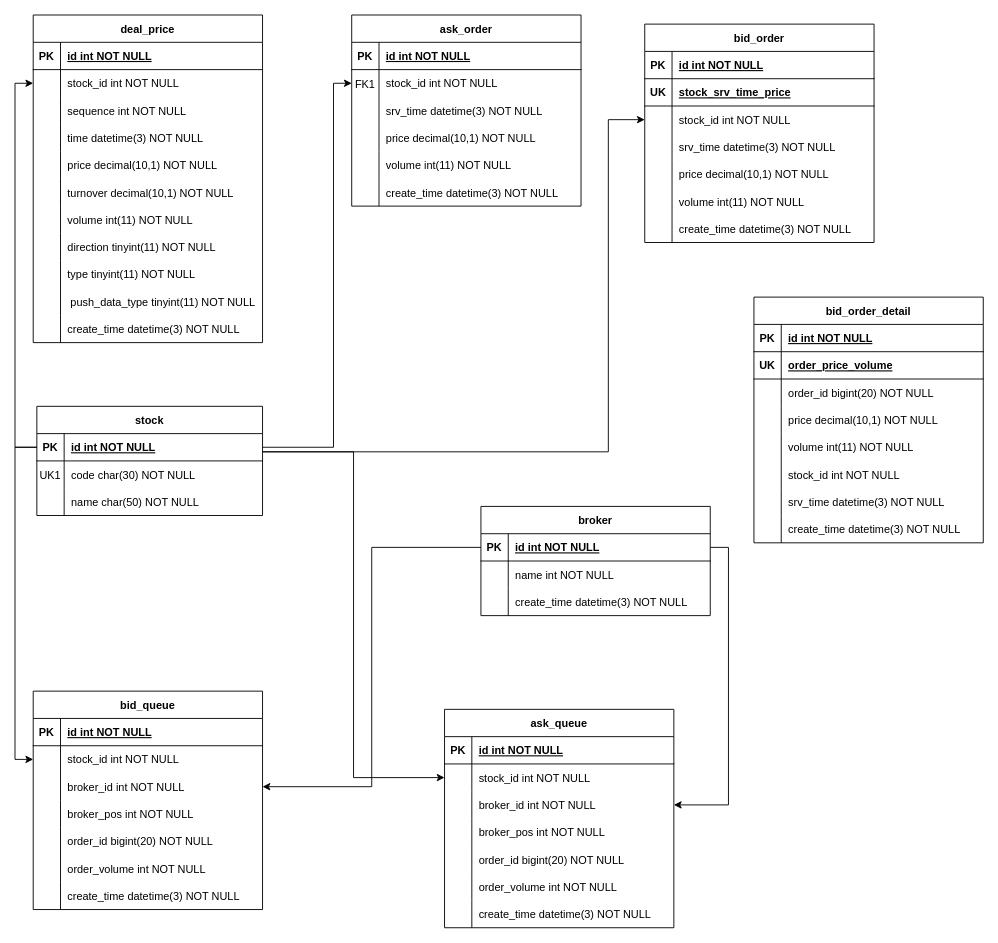
Earlier version of the draw.io diagram docs/futu.drawio (dulingkang/python). Source tidied: cells renumbered, new cells numbered last; positions are measured from the earlier drawing's top-left corner, leaving out a move shared by most shapes. Both pictures are drawn from the tidied source at 91%, with x=0, y=0 at pixel (33, 15).
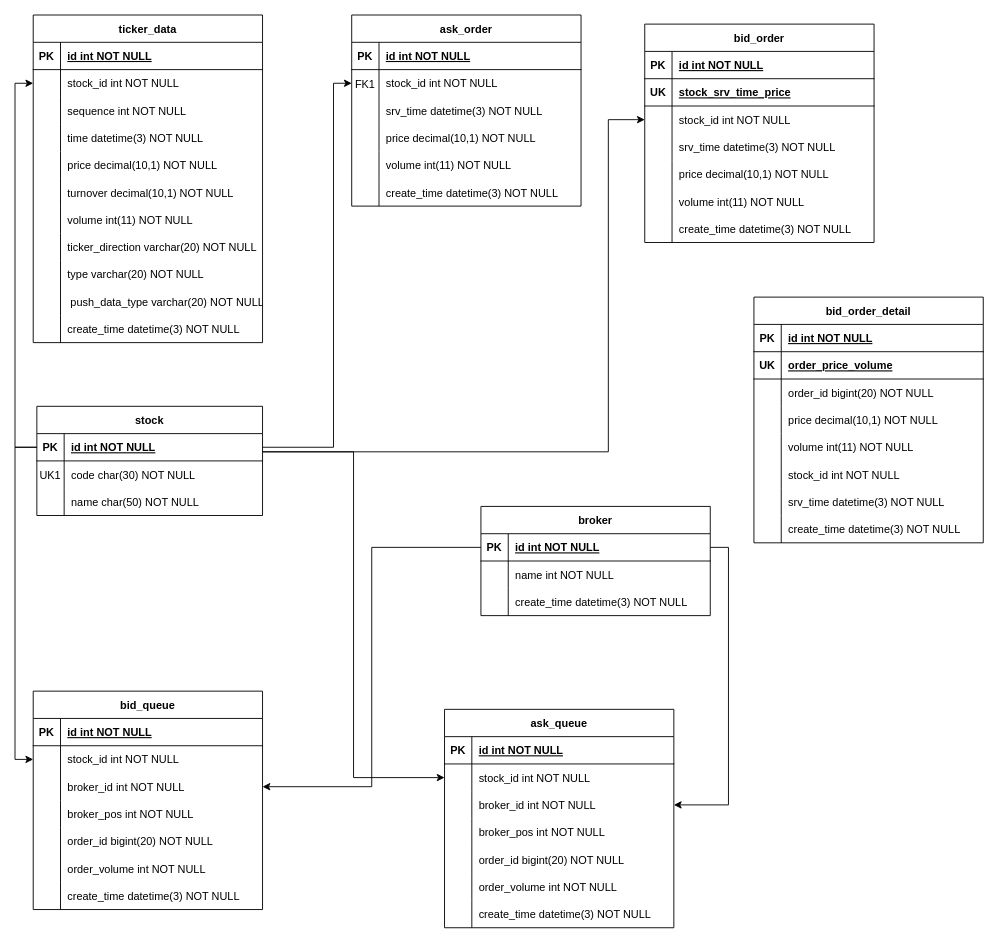
The same page after the edit.

Unchanged cells that the change refers to:
```xml
<mxCell id="77" style="shape=partialRectangle;fillColor=none;top=0;left=0;right=0;bottom=0;" parent="55" vertex="1">
  <mxGeometry y="240" width="252" height="30" as="geometry" />
</mxCell>
<mxCell id="80" style="shape=partialRectangle;fillColor=none;top=0;left=0;right=0;bottom=0;" parent="55" vertex="1">
  <mxGeometry y="270" width="252" height="30" as="geometry" />
</mxCell>
<mxCell id="83" style="shape=partialRectangle;fillColor=none;top=0;left=0;right=0;bottom=0;" parent="55" vertex="1">
  <mxGeometry y="300" width="252" height="30" as="geometry" />
</mxCell>
```

The edit, as a diff of the source:
```diff
@@
-    <mxCell id="55" value="deal_price" style="shape=table;startSize=30;childLayout=tableLayout;rowLines=0;fontStyle=1;align=center;" parent="1" vertex="1">
+    <mxCell id="55" value="ticker_data" style="shape=table;startSize=30;childLayout=tableLayout;rowLines=0;fontStyle=1;align=center;" parent="1" vertex="1">
       <mxGeometry width="252" height="360" as="geometry" />
     </mxCell>
@@
-    <mxCell id="79" value="direction tinyint(11) NOT NULL" style="shape=partialRectangle;overflow=hidden;fillColor=none;top=0;left=0;bottom=0;right=0;align=left;spacingLeft=6;" parent="77" vertex="1">
+    <mxCell id="79" value="ticker_direction varchar(20) NOT NULL" style="shape=partialRectangle;overflow=hidden;fillColor=none;top=0;left=0;bottom=0;right=0;align=left;spacingLeft=6;" parent="77" vertex="1">
       <mxGeometry x="30" width="222" height="30" as="geometry" />
     </mxCell>
@@
-    <mxCell id="82" value="type tinyint(11) NOT NULL" style="shape=partialRectangle;overflow=hidden;fillColor=none;top=0;left=0;bottom=0;right=0;align=left;spacingLeft=6;" parent="80" vertex="1">
+    <mxCell id="82" value="type varchar(20) NOT NULL" style="shape=partialRectangle;overflow=hidden;fillColor=none;top=0;left=0;bottom=0;right=0;align=left;spacingLeft=6;" parent="80" vertex="1">
       <mxGeometry x="30" width="222" height="30" as="geometry" />
     </mxCell>
@@
-    <mxCell id="85" value=" push_data_type tinyint(11) NOT NULL" style="shape=partialRectangle;overflow=hidden;fillColor=none;top=0;left=0;bottom=0;right=0;align=left;spacingLeft=6;" parent="83" vertex="1">
+    <mxCell id="85" value=" push_data_type varchar(20) NOT NULL" style="shape=partialRectangle;overflow=hidden;fillColor=none;top=0;left=0;bottom=0;right=0;align=left;spacingLeft=6;" parent="83" vertex="1">
       <mxGeometry x="30" width="222" height="30" as="geometry" />
     </mxCell>
```
